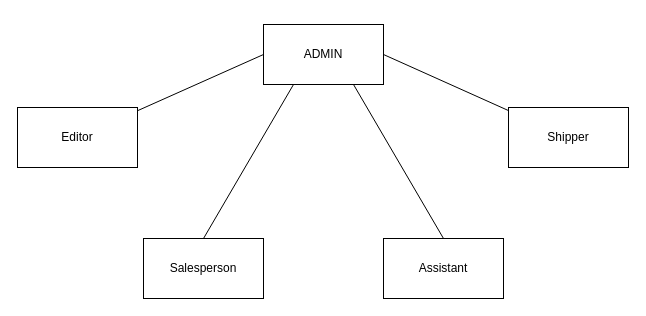
Earlier version of the draw.io diagram Untitled Diagram.drawio (ronalhung05/Test). Source tidied: cells renumbered, new cells numbered last; positions are measured from the earlier drawing's top-left corner, leaving out a move shared by most shapes. Both pictures are drawn from the tidied source at 100%, with x=0, y=0 at pixel (17, 24).
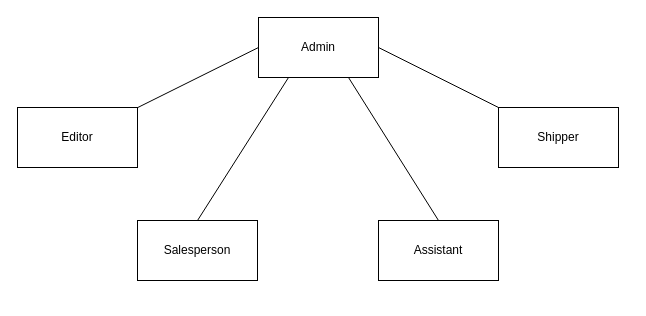
The same page after the edit.

Change to the diagram source:
```diff
@@
 <mxGraphModel>
   <root>
     <mxCell id="0" />
     <mxCell id="1" parent="0" />
     <mxCell id="2" style="rounded=0;jettySize=auto;html=1;exitX=1;exitY=0.5;exitDx=0;exitDy=0;endArrow=none;endFill=0;" parent="1" edge="1" source="5" target="6">
       <mxGeometry relative="1" as="geometry" />
     </mxCell>
     <mxCell id="3" style="rounded=0;jettySize=auto;html=1;exitX=0.25;exitY=1;exitDx=0;exitDy=0;entryX=0.5;entryY=0;entryDx=0;entryDy=0;endArrow=none;endFill=0;" parent="1" edge="1" source="5" target="9">
       <mxGeometry relative="1" as="geometry" />
     </mxCell>
     <mxCell id="4" style="rounded=0;jettySize=auto;html=1;exitX=0.75;exitY=1;exitDx=0;exitDy=0;entryX=0.5;entryY=0;entryDx=0;entryDy=0;endArrow=none;endFill=0;" parent="1" edge="1" source="5" target="10">
       <mxGeometry relative="1" as="geometry" />
     </mxCell>
-    <mxCell id="5" value="ADMIN" style="rounded=0;whiteSpace=wrap;html=1;" parent="1" vertex="1">
-      <mxGeometry x="246" width="120" height="60" as="geometry" />
+    <mxCell id="5" value="Admin" style="rounded=0;whiteSpace=wrap;html=1;" parent="1" vertex="1">
+      <mxGeometry x="241" y="-7" width="120" height="60" as="geometry" />
     </mxCell>
     <mxCell id="6" value="Shipper" style="rounded=0;whiteSpace=wrap;html=1;" parent="1" vertex="1">
-      <mxGeometry x="491" y="83" width="120" height="60" as="geometry" />
+      <mxGeometry x="481" y="83" width="120" height="60" as="geometry" />
     </mxCell>
     <mxCell id="7" style="rounded=0;jettySize=auto;html=1;entryX=0;entryY=0.5;entryDx=0;entryDy=0;endArrow=none;endFill=0;" parent="1" edge="1" source="8" target="5">
       <mxGeometry relative="1" as="geometry" />
     </mxCell>
     <mxCell id="8" value="Editor" style="rounded=0;whiteSpace=wrap;html=1;" parent="1" vertex="1">
       <mxGeometry y="83" width="120" height="60" as="geometry" />
     </mxCell>
     <mxCell id="9" value="Salesperson" style="rounded=0;whiteSpace=wrap;html=1;" parent="1" vertex="1">
-      <mxGeometry x="126" y="214" width="120" height="60" as="geometry" />
+      <mxGeometry x="120" y="196" width="120" height="60" as="geometry" />
     </mxCell>
     <mxCell id="10" value="Assistant" style="rounded=0;whiteSpace=wrap;html=1;" parent="1" vertex="1">
-      <mxGeometry x="366" y="214" width="120" height="60" as="geometry" />
+      <mxGeometry x="361" y="196" width="120" height="60" as="geometry" />
     </mxCell>
   </root>
 </mxGraphModel>
```
